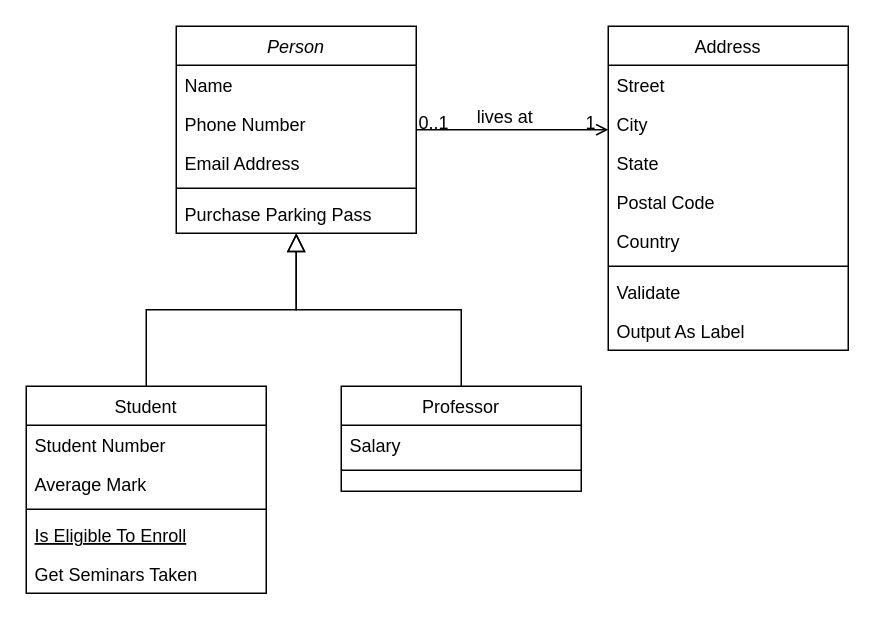
Earlier version of the draw.io diagram Diagramme sans nom.drawio (entyssar/entissar). Source tidied: cells renumbered, new cells numbered last; positions are measured from the earlier drawing's top-left corner, leaving out a move shared by most shapes. Both pictures are drawn from the tidied source at 150%, with x=0, y=0 at pixel (26, 26).
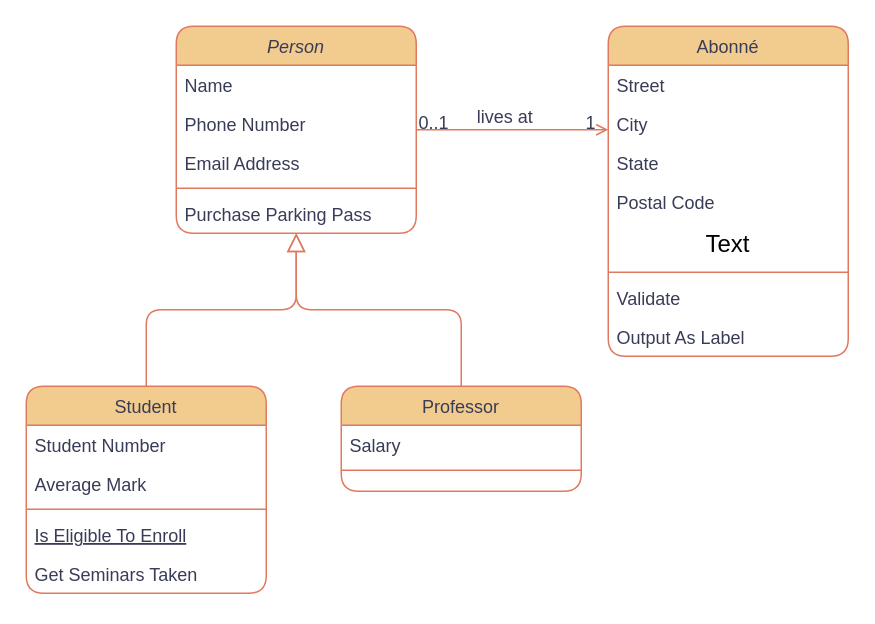
Above is the later version.

Commit message:
Mettre à jour Diagramme sans nom.drawio

The edit, as a diff of the source:
```diff
@@
-    <mxCell id="2" value="Person" style="swimlane;fontStyle=2;align=center;verticalAlign=top;horizontal=1;startSize=26;rounded=0;shadow=0;strokeWidth=1;" parent="1" vertex="1">
+    <mxCell id="2" value="Person" style="swimlane;fontStyle=2;align=center;verticalAlign=top;horizontal=1;startSize=26;rounded=1;shadow=0;strokeWidth=1;labelBackgroundColor=none;fillColor=#F2CC8F;strokeColor=#E07A5F;fontColor=#393C56;" parent="1" vertex="1">
       <mxGeometry x="100" width="160" height="138" as="geometry" />
     </mxCell>
-    <mxCell id="3" value="Name" style="text;align=left;verticalAlign=top;spacingLeft=4;spacingRight=4;overflow=hidden;" parent="2" vertex="1">
+    <mxCell id="3" value="Name" style="text;align=left;verticalAlign=top;spacingLeft=4;spacingRight=4;overflow=hidden;labelBackgroundColor=none;fontColor=#393C56;rounded=1;" parent="2" vertex="1">
       <mxGeometry y="26" width="160" height="26" as="geometry" />
     </mxCell>
-    <mxCell id="4" value="Phone Number" style="text;align=left;verticalAlign=top;spacingLeft=4;spacingRight=4;overflow=hidden;rounded=0;shadow=0;html=0;" parent="2" vertex="1">
+    <mxCell id="4" value="Phone Number" style="text;align=left;verticalAlign=top;spacingLeft=4;spacingRight=4;overflow=hidden;rounded=1;shadow=0;html=0;labelBackgroundColor=none;fontColor=#393C56;" parent="2" vertex="1">
       <mxGeometry y="52" width="160" height="26" as="geometry" />
     </mxCell>
-    <mxCell id="5" value="Email Address" style="text;align=left;verticalAlign=top;spacingLeft=4;spacingRight=4;overflow=hidden;rounded=0;shadow=0;html=0;" parent="2" vertex="1">
+    <mxCell id="5" value="Email Address" style="text;align=left;verticalAlign=top;spacingLeft=4;spacingRight=4;overflow=hidden;rounded=1;shadow=0;html=0;labelBackgroundColor=none;fontColor=#393C56;" parent="2" vertex="1">
       <mxGeometry y="78" width="160" height="26" as="geometry" />
     </mxCell>
-    <mxCell id="6" style="line;html=1;strokeWidth=1;align=left;verticalAlign=middle;spacingTop=-1;spacingLeft=3;spacingRight=3;labelPosition=right;" parent="2" vertex="1">
+    <mxCell id="6" style="line;html=1;strokeWidth=1;align=left;verticalAlign=middle;spacingTop=-1;spacingLeft=3;spacingRight=3;labelPosition=right;labelBackgroundColor=none;fillColor=#F2CC8F;strokeColor=#E07A5F;fontColor=#393C56;rounded=1;" parent="2" vertex="1">
       <mxGeometry y="104" width="160" height="8" as="geometry" />
     </mxCell>
-    <mxCell id="7" value="Purchase Parking Pass" style="text;align=left;verticalAlign=top;spacingLeft=4;spacingRight=4;overflow=hidden;" parent="2" vertex="1">
+    <mxCell id="7" value="Purchase Parking Pass" style="text;align=left;verticalAlign=top;spacingLeft=4;spacingRight=4;overflow=hidden;labelBackgroundColor=none;fontColor=#393C56;rounded=1;" parent="2" vertex="1">
       <mxGeometry y="112" width="160" height="26" as="geometry" />
     </mxCell>
-    <mxCell id="8" value="Student" style="swimlane;fontStyle=0;align=center;verticalAlign=top;horizontal=1;startSize=26;rounded=0;shadow=0;strokeWidth=1;" parent="1" vertex="1">
+    <mxCell id="8" value="Student" style="swimlane;fontStyle=0;align=center;verticalAlign=top;horizontal=1;startSize=26;rounded=1;shadow=0;strokeWidth=1;labelBackgroundColor=none;fillColor=#F2CC8F;strokeColor=#E07A5F;fontColor=#393C56;" parent="1" vertex="1">
       <mxGeometry y="240" width="160" height="138" as="geometry" />
     </mxCell>
-    <mxCell id="9" value="Student Number" style="text;align=left;verticalAlign=top;spacingLeft=4;spacingRight=4;overflow=hidden;" parent="8" vertex="1">
+    <mxCell id="9" value="Student Number" style="text;align=left;verticalAlign=top;spacingLeft=4;spacingRight=4;overflow=hidden;labelBackgroundColor=none;fontColor=#393C56;rounded=1;" parent="8" vertex="1">
       <mxGeometry y="26" width="160" height="26" as="geometry" />
     </mxCell>
-    <mxCell id="10" value="Average Mark" style="text;align=left;verticalAlign=top;spacingLeft=4;spacingRight=4;overflow=hidden;rounded=0;shadow=0;html=0;" parent="8" vertex="1">
+    <mxCell id="10" value="Average Mark" style="text;align=left;verticalAlign=top;spacingLeft=4;spacingRight=4;overflow=hidden;rounded=1;shadow=0;html=0;labelBackgroundColor=none;fontColor=#393C56;" parent="8" vertex="1">
       <mxGeometry y="52" width="160" height="26" as="geometry" />
     </mxCell>
-    <mxCell id="11" style="line;html=1;strokeWidth=1;align=left;verticalAlign=middle;spacingTop=-1;spacingLeft=3;spacingRight=3;labelPosition=right;" parent="8" vertex="1">
+    <mxCell id="11" style="line;html=1;strokeWidth=1;align=left;verticalAlign=middle;spacingTop=-1;spacingLeft=3;spacingRight=3;labelPosition=right;labelBackgroundColor=none;fillColor=#F2CC8F;strokeColor=#E07A5F;fontColor=#393C56;rounded=1;" parent="8" vertex="1">
       <mxGeometry y="78" width="160" height="8" as="geometry" />
     </mxCell>
-    <mxCell id="12" value="Is Eligible To Enroll" style="text;align=left;verticalAlign=top;spacingLeft=4;spacingRight=4;overflow=hidden;fontStyle=4;" parent="8" vertex="1">
+    <mxCell id="12" value="Is Eligible To Enroll" style="text;align=left;verticalAlign=top;spacingLeft=4;spacingRight=4;overflow=hidden;fontStyle=4;labelBackgroundColor=none;fontColor=#393C56;rounded=1;" parent="8" vertex="1">
       <mxGeometry y="86" width="160" height="26" as="geometry" />
     </mxCell>
-    <mxCell id="13" value="Get Seminars Taken" style="text;align=left;verticalAlign=top;spacingLeft=4;spacingRight=4;overflow=hidden;" parent="8" vertex="1">
+    <mxCell id="13" value="Get Seminars Taken" style="text;align=left;verticalAlign=top;spacingLeft=4;spacingRight=4;overflow=hidden;labelBackgroundColor=none;fontColor=#393C56;rounded=1;" parent="8" vertex="1">
       <mxGeometry y="112" width="160" height="26" as="geometry" />
     </mxCell>
-    <mxCell id="14" style="endArrow=block;endSize=10;endFill=0;shadow=0;strokeWidth=1;rounded=0;curved=0;edgeStyle=elbowEdgeStyle;elbow=vertical;" parent="1" edge="1" source="8" target="2">
+    <mxCell id="14" style="endArrow=block;endSize=10;endFill=0;shadow=0;strokeWidth=1;rounded=1;curved=0;edgeStyle=elbowEdgeStyle;elbow=vertical;labelBackgroundColor=none;strokeColor=#E07A5F;fontColor=default;" parent="1" edge="1" source="8" target="2">
       <mxGeometry relative="1" as="geometry" />
     </mxCell>
-    <mxCell id="15" value="Professor" style="swimlane;fontStyle=0;align=center;verticalAlign=top;horizontal=1;startSize=26;rounded=0;shadow=0;strokeWidth=1;" parent="1" vertex="1">
+    <mxCell id="15" value="Professor" style="swimlane;fontStyle=0;align=center;verticalAlign=top;horizontal=1;startSize=26;rounded=1;shadow=0;strokeWidth=1;labelBackgroundColor=none;fillColor=#F2CC8F;strokeColor=#E07A5F;fontColor=#393C56;" parent="1" vertex="1">
       <mxGeometry x="210" y="240" width="160" height="70" as="geometry" />
     </mxCell>
-    <mxCell id="16" value="Salary" style="text;align=left;verticalAlign=top;spacingLeft=4;spacingRight=4;overflow=hidden;" parent="15" vertex="1">
+    <mxCell id="16" value="Salary" style="text;align=left;verticalAlign=top;spacingLeft=4;spacingRight=4;overflow=hidden;labelBackgroundColor=none;fontColor=#393C56;rounded=1;" parent="15" vertex="1">
       <mxGeometry y="26" width="160" height="26" as="geometry" />
     </mxCell>
-    <mxCell id="17" style="line;html=1;strokeWidth=1;align=left;verticalAlign=middle;spacingTop=-1;spacingLeft=3;spacingRight=3;labelPosition=right;" parent="15" vertex="1">
+    <mxCell id="17" style="line;html=1;strokeWidth=1;align=left;verticalAlign=middle;spacingTop=-1;spacingLeft=3;spacingRight=3;labelPosition=right;labelBackgroundColor=none;fillColor=#F2CC8F;strokeColor=#E07A5F;fontColor=#393C56;rounded=1;" parent="15" vertex="1">
       <mxGeometry y="52" width="160" height="8" as="geometry" />
     </mxCell>
-    <mxCell id="18" style="endArrow=block;endSize=10;endFill=0;shadow=0;strokeWidth=1;rounded=0;curved=0;edgeStyle=elbowEdgeStyle;elbow=vertical;" parent="1" edge="1" source="15" target="2">
+    <mxCell id="18" style="endArrow=block;endSize=10;endFill=0;shadow=0;strokeWidth=1;rounded=1;curved=0;edgeStyle=elbowEdgeStyle;elbow=vertical;labelBackgroundColor=none;strokeColor=#E07A5F;fontColor=default;" parent="1" edge="1" source="15" target="2">
       <mxGeometry relative="1" as="geometry" />
     </mxCell>
-    <mxCell id="19" value="Address" style="swimlane;fontStyle=0;align=center;verticalAlign=top;horizontal=1;startSize=26;rounded=0;shadow=0;strokeWidth=1;" parent="1" vertex="1">
-      <mxGeometry x="388" width="160" height="216" as="geometry" />
+    <mxCell id="19" value="Abonné" style="swimlane;fontStyle=0;align=center;verticalAlign=top;horizontal=1;startSize=26;rounded=1;shadow=0;strokeWidth=1;labelBackgroundColor=none;fillColor=#F2CC8F;strokeColor=#E07A5F;fontColor=#393C56;" parent="1" vertex="1">
+      <mxGeometry x="388" width="160" height="220" as="geometry" />
     </mxCell>
-    <mxCell id="20" value="Street" style="text;align=left;verticalAlign=top;spacingLeft=4;spacingRight=4;overflow=hidden;" parent="19" vertex="1">
+    <mxCell id="20" value="Street" style="text;align=left;verticalAlign=top;spacingLeft=4;spacingRight=4;overflow=hidden;labelBackgroundColor=none;fontColor=#393C56;rounded=1;" parent="19" vertex="1">
       <mxGeometry y="26" width="160" height="26" as="geometry" />
     </mxCell>
-    <mxCell id="21" value="City" style="text;align=left;verticalAlign=top;spacingLeft=4;spacingRight=4;overflow=hidden;rounded=0;shadow=0;html=0;" parent="19" vertex="1">
+    <mxCell id="21" value="City" style="text;align=left;verticalAlign=top;spacingLeft=4;spacingRight=4;overflow=hidden;rounded=1;shadow=0;html=0;labelBackgroundColor=none;fontColor=#393C56;" parent="19" vertex="1">
       <mxGeometry y="52" width="160" height="26" as="geometry" />
     </mxCell>
-    <mxCell id="22" value="State" style="text;align=left;verticalAlign=top;spacingLeft=4;spacingRight=4;overflow=hidden;rounded=0;shadow=0;html=0;" parent="19" vertex="1">
+    <mxCell id="22" value="State" style="text;align=left;verticalAlign=top;spacingLeft=4;spacingRight=4;overflow=hidden;rounded=1;shadow=0;html=0;labelBackgroundColor=none;fontColor=#393C56;" parent="19" vertex="1">
       <mxGeometry y="78" width="160" height="26" as="geometry" />
     </mxCell>
-    <mxCell id="23" value="Postal Code" style="text;align=left;verticalAlign=top;spacingLeft=4;spacingRight=4;overflow=hidden;rounded=0;shadow=0;html=0;" parent="19" vertex="1">
+    <mxCell id="23" value="Postal Code" style="text;align=left;verticalAlign=top;spacingLeft=4;spacingRight=4;overflow=hidden;rounded=1;shadow=0;html=0;labelBackgroundColor=none;fontColor=#393C56;" parent="19" vertex="1">
       <mxGeometry y="104" width="160" height="26" as="geometry" />
     </mxCell>
-    <mxCell id="24" value="Country" style="text;align=left;verticalAlign=top;spacingLeft=4;spacingRight=4;overflow=hidden;rounded=0;shadow=0;html=0;" parent="19" vertex="1">
-      <mxGeometry y="130" width="160" height="26" as="geometry" />
-    </mxCell>
+    <mxCell id="32" value="Text" style="text;strokeColor=none;fillColor=none;html=1;align=center;verticalAlign=middle;whiteSpace=wrap;rounded=0;fontSize=16;" parent="19" vertex="1">
+      <mxGeometry y="130" width="160" height="30" as="geometry" />
+    </mxCell>
-    <mxCell id="25" style="line;html=1;strokeWidth=1;align=left;verticalAlign=middle;spacingTop=-1;spacingLeft=3;spacingRight=3;labelPosition=right;" parent="19" vertex="1">
-      <mxGeometry y="156" width="160" height="8" as="geometry" />
+    <mxCell id="25" style="line;html=1;strokeWidth=1;align=left;verticalAlign=middle;spacingTop=-1;spacingLeft=3;spacingRight=3;labelPosition=right;labelBackgroundColor=none;fillColor=#F2CC8F;strokeColor=#E07A5F;fontColor=#393C56;rounded=1;" parent="19" vertex="1">
+      <mxGeometry y="160" width="160" height="8" as="geometry" />
     </mxCell>
-    <mxCell id="26" value="Validate" style="text;align=left;verticalAlign=top;spacingLeft=4;spacingRight=4;overflow=hidden;" parent="19" vertex="1">
-      <mxGeometry y="164" width="160" height="26" as="geometry" />
+    <mxCell id="26" value="Validate" style="text;align=left;verticalAlign=top;spacingLeft=4;spacingRight=4;overflow=hidden;labelBackgroundColor=none;fontColor=#393C56;rounded=1;" parent="19" vertex="1">
+      <mxGeometry y="168" width="160" height="26" as="geometry" />
     </mxCell>
-    <mxCell id="27" value="Output As Label" style="text;align=left;verticalAlign=top;spacingLeft=4;spacingRight=4;overflow=hidden;" parent="19" vertex="1">
-      <mxGeometry y="190" width="160" height="26" as="geometry" />
+    <mxCell id="27" value="Output As Label" style="text;align=left;verticalAlign=top;spacingLeft=4;spacingRight=4;overflow=hidden;labelBackgroundColor=none;fontColor=#393C56;rounded=1;" parent="19" vertex="1">
+      <mxGeometry y="194" width="160" height="26" as="geometry" />
     </mxCell>
-    <mxCell id="28" style="endArrow=open;shadow=0;strokeWidth=1;rounded=0;curved=0;endFill=1;edgeStyle=elbowEdgeStyle;elbow=vertical;" parent="1" edge="1" source="2" target="19">
+    <mxCell id="28" style="endArrow=open;shadow=0;strokeWidth=1;rounded=1;curved=0;endFill=1;edgeStyle=elbowEdgeStyle;elbow=vertical;labelBackgroundColor=none;strokeColor=#E07A5F;fontColor=default;" parent="1" edge="1" source="2" target="19">
       <mxGeometry x="0.5" y="41" relative="1" as="geometry">
         <mxPoint x="-40" y="32" as="offset" />
       </mxGeometry>
     </mxCell>
-    <mxCell id="29" value="0..1" style="align=left;verticalAlign=bottom;labelBackgroundColor=none;fontSize=12;" parent="28" vertex="1">
+    <mxCell id="29" value="0..1" style="align=left;verticalAlign=bottom;labelBackgroundColor=none;fontSize=12;fillColor=#F2CC8F;strokeColor=#E07A5F;fontColor=#393C56;rounded=1;" parent="28" vertex="1">
       <mxGeometry x="-1" relative="1" as="geometry">
         <mxPoint y="4" as="offset" />
       </mxGeometry>
     </mxCell>
-    <mxCell id="30" value="1" style="align=right;verticalAlign=bottom;labelBackgroundColor=none;fontSize=12;" parent="28" vertex="1">
+    <mxCell id="30" value="1" style="align=right;verticalAlign=bottom;labelBackgroundColor=none;fontSize=12;fillColor=#F2CC8F;strokeColor=#E07A5F;fontColor=#393C56;rounded=1;" parent="28" vertex="1">
       <mxGeometry x="1" relative="1" as="geometry">
         <mxPoint x="-7" y="4" as="offset" />
       </mxGeometry>
     </mxCell>
-    <mxCell id="31" value="lives at" style="text;html=1;align=center;verticalAlign=middle;labelBackgroundColor=none;rounded=0;shadow=0;strokeWidth=1;fontSize=12;" parent="28" vertex="1">
+    <mxCell id="31" value="lives at" style="text;html=1;align=center;verticalAlign=middle;labelBackgroundColor=none;rounded=1;shadow=0;strokeWidth=1;fontSize=12;fontColor=#393C56;" parent="28" vertex="1">
       <mxGeometry x="0.5" y="49" relative="1" as="geometry">
         <mxPoint x="-38" y="40" as="offset" />
       </mxGeometry>
     </mxCell>
```
